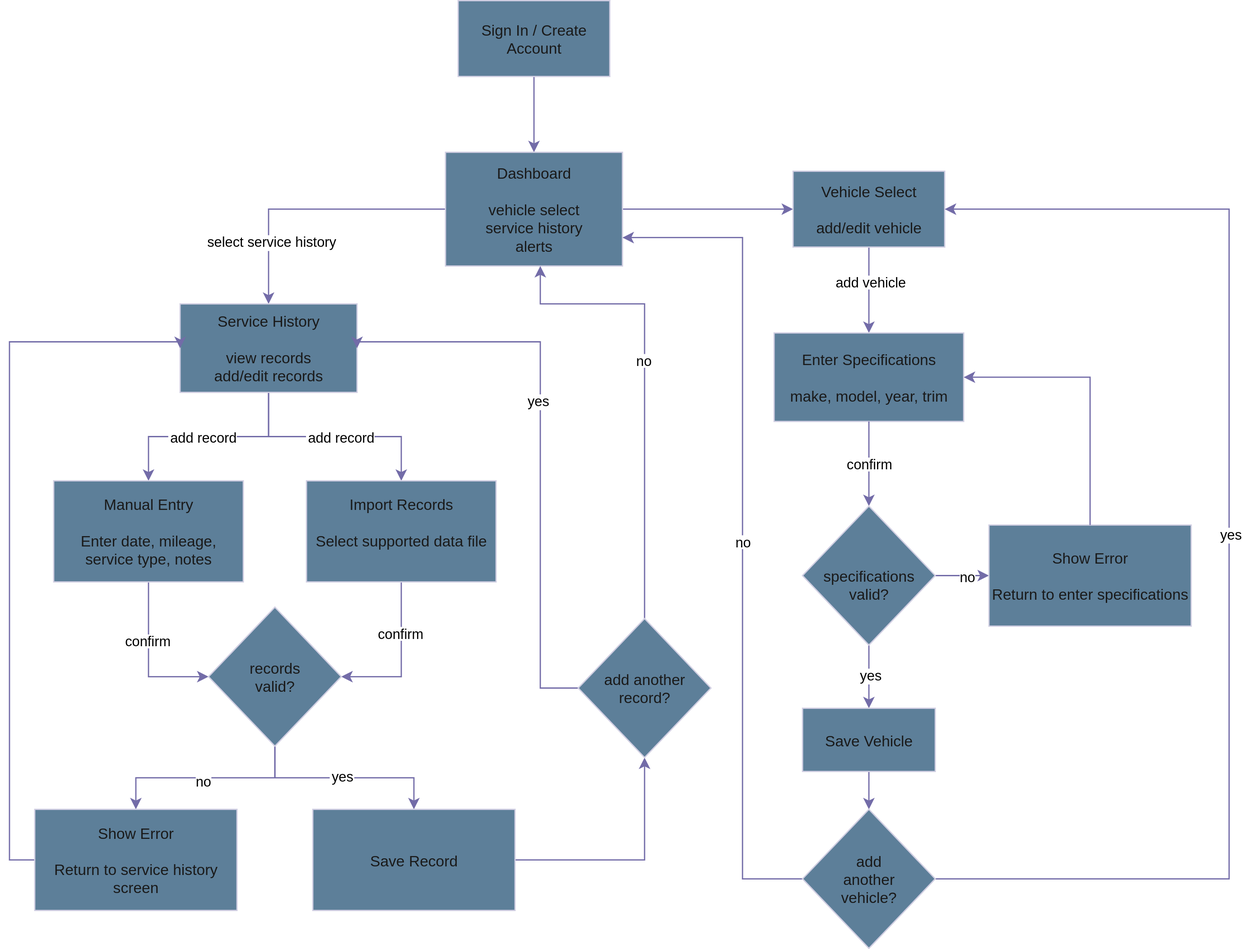
The draw.io diagram docs/design/diagrams/screen-flow.drawio.svg in TylerWard741/CPSC490-G09-SigmaSquad, before a commit. Source tidied: cells renumbered, new cells last; positions are measured from the earlier drawing's top-left corner, leaving out a move shared by most shapes.
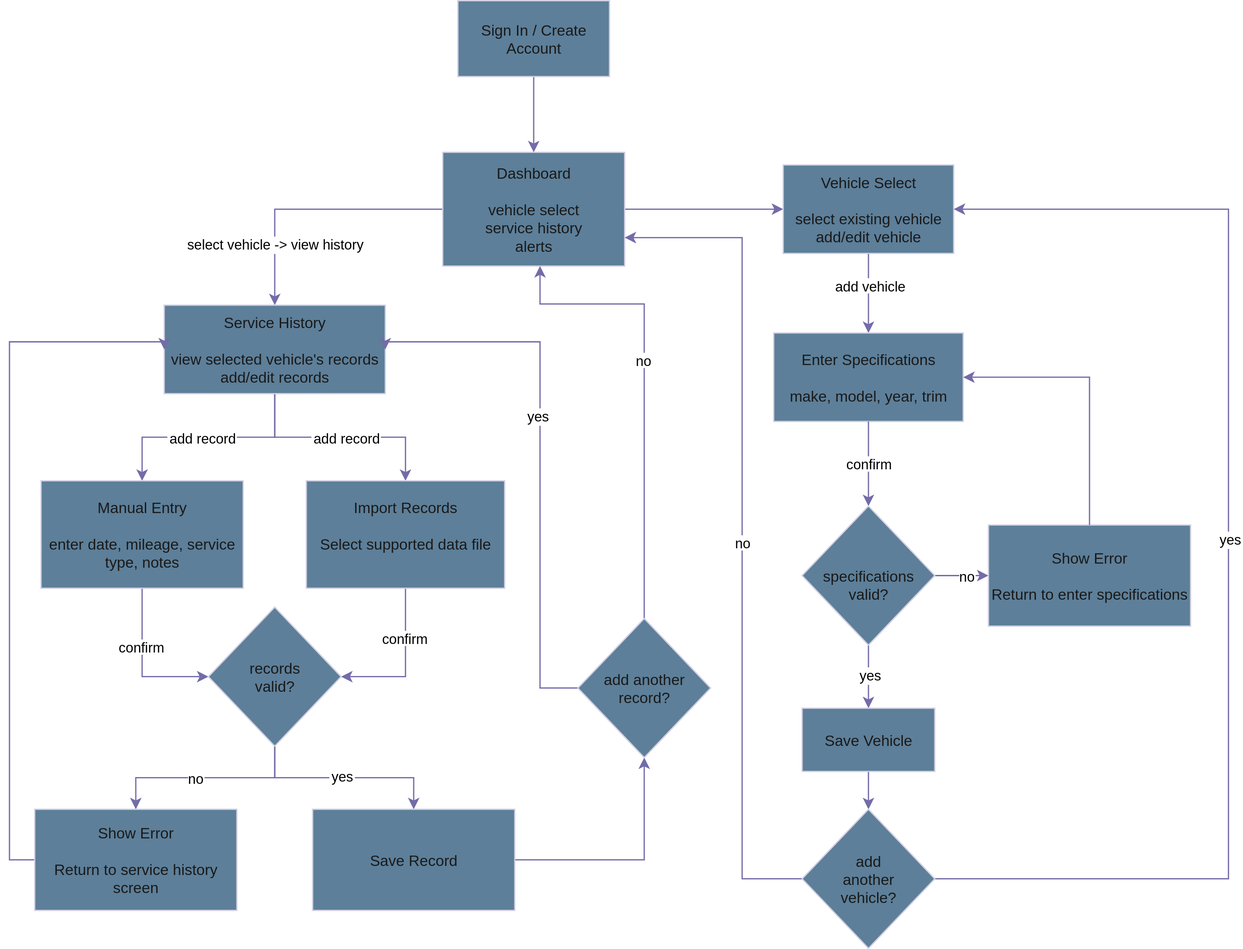
Above is the later version.

Diff of the diagram source:
```diff
@@ -1,4 +1,4 @@
-<mxGraphModel>
+<mxGraphModel background="light-dark(#FFFFFF,#474747)">
   <root>
     <mxCell id="0" />
     <mxCell id="1" parent="0" />
@@ -8,19 +8,19 @@
     <mxCell id="3" value="Sign In / Create Account" style="rounded=0;whiteSpace=wrap;labelBackgroundColor=none;fillColor=#5D7F99;strokeColor=#D0CEE2;fontColor=#1A1A1A;convertToSvg=1;svgWhiteSpace=wrap;html=1;" parent="1" vertex="1">
       <mxGeometry x="355" width="120" height="60" as="geometry" />
     </mxCell>
+    <mxCell id="6" style="edgeStyle=orthogonalEdgeStyle;rounded=0;jettySize=auto;entryX=0;entryY=0.5;entryDx=0;entryDy=0;defaultLabelBackgroundColor=page;fontColor=default;strokeColor=#736CA8;convertToSvg=1;html=1;" parent="1" edge="1" source="7" target="35">
+      <mxGeometry relative="1" as="geometry" />
+    </mxCell>
-    <mxCell id="4" style="edgeStyle=orthogonalEdgeStyle;rounded=0;jettySize=auto;entryX=0.5;entryY=0;entryDx=0;entryDy=0;defaultLabelBackgroundColor=page;fontColor=default;strokeColor=#736CA8;convertToSvg=1;html=1;" parent="1" edge="1" source="7" target="12">
+    <mxCell id="4" style="edgeStyle=orthogonalEdgeStyle;rounded=0;jettySize=auto;html=1;entryX=0.5;entryY=0;entryDx=0;entryDy=0;defaultLabelBackgroundColor=page;strokeColor=#736CA8;fontColor=default;convertToSvg=1;" parent="1" edge="1" source="7" target="12">
       <mxGeometry relative="1" as="geometry" />
     </mxCell>
-    <mxCell id="5" value="select service history" style="edgeLabel;align=center;verticalAlign=middle;inheritText=1;defaultLabelBackgroundColor=page;rounded=0;fontColor=#1A1A1A;convertToSvg=1;html=1;" parent="4" vertex="1">
-      <mxGeometry x="0.2" y="1" relative="1" as="geometry">
-        <mxPoint x="-9" y="24" as="offset" />
-      </mxGeometry>
-    </mxCell>
-    <mxCell id="6" style="edgeStyle=orthogonalEdgeStyle;rounded=0;jettySize=auto;entryX=0;entryY=0.5;entryDx=0;entryDy=0;defaultLabelBackgroundColor=page;fontColor=default;strokeColor=#736CA8;convertToSvg=1;html=1;" parent="1" edge="1" source="7" target="35">
-      <mxGeometry relative="1" as="geometry" />
-    </mxCell>
+    <mxCell id="53" value="select vehicle -&amp;gt; view history" style="edgeLabel;html=1;align=center;verticalAlign=middle;inheritText=1;defaultLabelBackgroundColor=page;fontColor=#1A1A1A;convertToSvg=1;" parent="4" vertex="1">
+      <mxGeometry x="0.37" y="2" relative="1" as="geometry">
+        <mxPoint x="-2" y="17" as="offset" />
+      </mxGeometry>
+    </mxCell>
     <mxCell id="7" value="Dashboard&lt;br&gt;&lt;br&gt;vehicle select&lt;br&gt;service history&lt;br&gt;alerts" style="rounded=0;whiteSpace=wrap;labelBackgroundColor=none;fillColor=#5D7F99;strokeColor=#D0CEE2;fontColor=#1A1A1A;convertToSvg=1;svgWhiteSpace=wrap;html=1;" parent="1" vertex="1">
-      <mxGeometry x="345" y="120" width="140" height="90" as="geometry" />
+      <mxGeometry x="343" y="120" width="144" height="90" as="geometry" />
     </mxCell>
     <mxCell id="8" style="edgeStyle=orthogonalEdgeStyle;rounded=0;jettySize=auto;defaultLabelBackgroundColor=page;fontColor=default;strokeColor=#736CA8;convertToSvg=1;html=1;" parent="1" edge="1" source="12" target="18">
       <mxGeometry relative="1" as="geometry" />
@@ -38,8 +38,8 @@
         <mxPoint x="4" y="5" as="offset" />
       </mxGeometry>
     </mxCell>
-    <mxCell id="12" value="Service History&lt;br&gt;&lt;br&gt;view records&lt;br&gt;add/edit records" style="rounded=0;whiteSpace=wrap;labelBackgroundColor=none;fillColor=#5D7F99;strokeColor=#D0CEE2;fontColor=#1A1A1A;convertToSvg=1;svgWhiteSpace=wrap;html=1;" parent="1" vertex="1">
-      <mxGeometry x="135" y="240" width="140" height="70" as="geometry" />
+    <mxCell id="12" value="Service History&lt;br&gt;&lt;br&gt;view selected vehicle's records&lt;br&gt;add/edit records" style="rounded=0;whiteSpace=wrap;labelBackgroundColor=none;fillColor=#5D7F99;strokeColor=#D0CEE2;fontColor=#1A1A1A;convertToSvg=1;svgWhiteSpace=wrap;html=1;" parent="1" vertex="1">
+      <mxGeometry x="122.5" y="241" width="175" height="70" as="geometry" />
     </mxCell>
     <mxCell id="13" style="edgeStyle=orthogonalEdgeStyle;rounded=0;jettySize=auto;entryX=0;entryY=0.5;entryDx=0;entryDy=0;defaultLabelBackgroundColor=page;fontColor=default;strokeColor=#736CA8;convertToSvg=1;html=1;" parent="1" edge="1" source="15" target="23">
       <mxGeometry relative="1" as="geometry" />
@@ -47,8 +47,8 @@
     <mxCell id="14" value="confirm" style="edgeLabel;align=center;verticalAlign=middle;inheritText=1;defaultLabelBackgroundColor=page;rounded=0;fontColor=#1A1A1A;convertToSvg=1;html=1;" parent="13" vertex="1">
       <mxGeometry x="-0.25" y="-1" relative="1" as="geometry" />
     </mxCell>
-    <mxCell id="15" value="Manual Entry&lt;br&gt;&lt;br&gt;Enter date, mileage, service type, notes" style="rounded=0;whiteSpace=wrap;labelBackgroundColor=none;fillColor=#5D7F99;strokeColor=#D0CEE2;fontColor=#1A1A1A;convertToSvg=1;svgWhiteSpace=wrap;html=1;" parent="1" vertex="1">
-      <mxGeometry x="35" y="380" width="150" height="80" as="geometry" />
+    <mxCell id="15" value="Manual Entry&lt;br&gt;&lt;br&gt;enter date, mileage, service type, notes" style="rounded=0;whiteSpace=wrap;labelBackgroundColor=none;fillColor=#5D7F99;strokeColor=#D0CEE2;fontColor=#1A1A1A;convertToSvg=1;svgWhiteSpace=wrap;html=1;" parent="1" vertex="1">
+      <mxGeometry x="25" y="380" width="160" height="85" as="geometry" />
     </mxCell>
     <mxCell id="16" style="edgeStyle=orthogonalEdgeStyle;rounded=0;jettySize=auto;entryX=1;entryY=0.5;entryDx=0;entryDy=0;defaultLabelBackgroundColor=page;fontColor=default;strokeColor=#736CA8;convertToSvg=1;html=1;" parent="1" edge="1" source="18" target="23">
       <mxGeometry relative="1" as="geometry" />
@@ -57,14 +57,14 @@
       <mxGeometry x="-0.35" y="-1" relative="1" as="geometry" />
     </mxCell>
     <mxCell id="18" value="&lt;br&gt;&lt;br&gt;Import Records&lt;br&gt;&lt;br&gt;Select supported data file&lt;br&gt;&lt;br&gt;&lt;br&gt;" style="rounded=0;whiteSpace=wrap;labelBackgroundColor=none;fillColor=#5D7F99;strokeColor=#D0CEE2;fontColor=#1A1A1A;convertToSvg=1;svgWhiteSpace=wrap;html=1;" parent="1" vertex="1">
-      <mxGeometry x="235" y="380" width="150" height="80" as="geometry" />
+      <mxGeometry x="235" y="380" width="157" height="85" as="geometry" />
     </mxCell>
     <mxCell id="19" style="edgeStyle=orthogonalEdgeStyle;rounded=0;jettySize=auto;defaultLabelBackgroundColor=page;fontColor=default;strokeColor=#736CA8;convertToSvg=1;html=1;" parent="1" edge="1" source="23" target="25">
       <mxGeometry relative="1" as="geometry" />
     </mxCell>
     <mxCell id="20" value="no" style="edgeLabel;align=center;verticalAlign=middle;inheritText=1;defaultLabelBackgroundColor=page;rounded=0;fontColor=#1A1A1A;convertToSvg=1;html=1;" parent="19" vertex="1">
       <mxGeometry x="0.09" y="2" relative="1" as="geometry">
-        <mxPoint x="5" as="offset" />
+        <mxPoint x="-1" y="-2" as="offset" />
       </mxGeometry>
     </mxCell>
     <mxCell id="21" style="edgeStyle=orthogonalEdgeStyle;rounded=0;jettySize=auto;entryX=0.5;entryY=0;entryDx=0;entryDy=0;defaultLabelBackgroundColor=page;fontColor=default;strokeColor=#736CA8;convertToSvg=1;html=1;" parent="1" edge="1" source="23" target="27">
@@ -125,8 +125,8 @@
     <mxCell id="34" value="add vehicle" style="edgeLabel;align=center;verticalAlign=middle;inheritText=1;defaultLabelBackgroundColor=page;rounded=0;fontColor=#1A1A1A;convertToSvg=1;html=1;" parent="33" vertex="1">
       <mxGeometry x="-0.19" y="1" relative="1" as="geometry" />
     </mxCell>
-    <mxCell id="35" value="Vehicle Select&lt;br&gt;&lt;br&gt;add/edit vehicle" style="rounded=0;whiteSpace=wrap;labelBackgroundColor=none;fillColor=#5D7F99;strokeColor=#D0CEE2;fontColor=#1A1A1A;convertToSvg=1;svgWhiteSpace=wrap;html=1;" parent="1" vertex="1">
-      <mxGeometry x="620" y="135" width="120" height="60" as="geometry" />
+    <mxCell id="35" value="Vehicle Select&lt;br&gt;&lt;br&gt;select existing vehicle&lt;br&gt;add/edit vehicle" style="rounded=0;whiteSpace=wrap;labelBackgroundColor=none;fillColor=#5D7F99;strokeColor=#D0CEE2;fontColor=#1A1A1A;convertToSvg=1;svgWhiteSpace=wrap;html=1;" parent="1" vertex="1">
+      <mxGeometry x="612.5" y="130" width="135" height="70" as="geometry" />
     </mxCell>
     <mxCell id="36" style="edgeStyle=orthogonalEdgeStyle;rounded=0;jettySize=auto;entryX=0.5;entryY=0;entryDx=0;entryDy=0;defaultLabelBackgroundColor=page;fontColor=default;strokeColor=#736CA8;convertToSvg=1;html=1;" parent="1" edge="1" source="50" target="42">
       <mxGeometry relative="1" as="geometry" />
```
